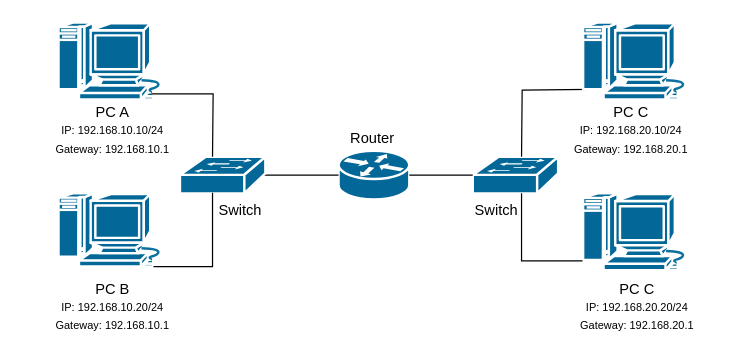
This is Routers.drawio from PLAD26/-MAC-Tabellen-und-Switching-, a draw.io file, before an edit. Source tidied: cells renumbered, new cells numbered last; positions are measured from the earlier drawing's top-left corner, leaving out a move shared by most shapes. Both pictures are drawn from the tidied source at 122%, with x=0, y=0 at pixel (51, 22).
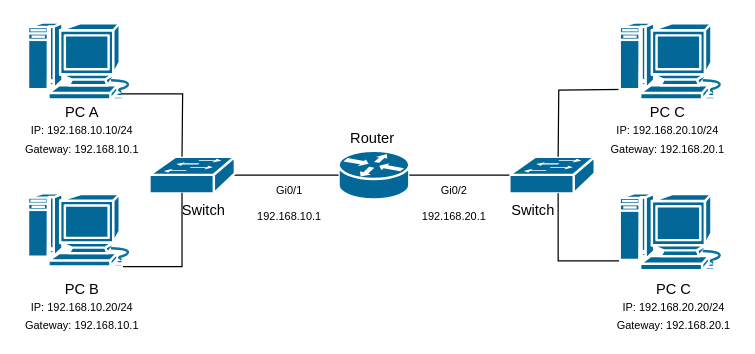
After the change.

Diff of the diagram source:
```diff
@@
     <mxCell id="4" style="strokeColor=#ffffff;sketch=0;html=1;dashed=0;fillColor=#036897;strokeWidth=2;verticalLabelPosition=bottom;verticalAlign=top;align=center;outlineConnect=0;shape=mxgraph.cisco.switches.workgroup_switch;" parent="1" vertex="1">
-      <mxGeometry x="105" y="110" width="70" height="30" as="geometry" />
+      <mxGeometry x="80" y="110" width="70" height="30" as="geometry" />
     </mxCell>
     <mxCell id="5" style="strokeColor=#ffffff;sketch=0;html=1;dashed=0;fillColor=#036897;strokeWidth=2;verticalLabelPosition=bottom;verticalAlign=top;align=center;outlineConnect=0;shape=mxgraph.cisco.switches.workgroup_switch;" parent="1" vertex="1">
-      <mxGeometry x="345" y="110" width="70" height="30" as="geometry" />
+      <mxGeometry x="375" y="110" width="70" height="30" as="geometry" />
     </mxCell>
     <mxCell id="6" style="sketch=0;html=1;dashed=0;fillColor=#036897;strokeColor=#ffffff;strokeWidth=2;verticalLabelPosition=bottom;verticalAlign=top;align=center;shape=mxgraph.cisco.computers_and_peripherals.macintosh;" parent="1" vertex="1">
-      <mxGeometry x="5" width="90" height="63" as="geometry" />
+      <mxGeometry x="-20" width="90" height="63" as="geometry" />
     </mxCell>
     <mxCell id="7" style="sketch=0;html=1;dashed=0;fillColor=#036897;strokeColor=#ffffff;strokeWidth=2;verticalLabelPosition=bottom;verticalAlign=top;align=center;outlineConnect=0;shape=mxgraph.cisco.computers_and_peripherals.macintosh;" parent="1" vertex="1">
-      <mxGeometry x="5" y="140" width="90" height="60" as="geometry" />
+      <mxGeometry x="-20" y="140" width="90" height="60" as="geometry" />
     </mxCell>
     <mxCell id="8" style="edgeStyle=orthogonalEdgeStyle;rounded=0;orthogonalLoop=1;jettySize=auto;html=1;exitX=0.015;exitY=0.87;exitDx=0;exitDy=0;exitPerimeter=0;endArrow=none;endFill=0;" parent="1" edge="1">
       <mxGeometry relative="1" as="geometry">
-        <mxPoint x="441.3" y="54.8" as="sourcePoint" />
-        <mxPoint x="385" y="110" as="targetPoint" />
+        <mxPoint x="471.3" y="54.8" as="sourcePoint" />
+        <mxPoint x="415" y="110" as="targetPoint" />
       </mxGeometry>
     </mxCell>
     <mxCell id="9" style="sketch=0;html=1;dashed=0;fillColor=#036897;strokeColor=#ffffff;strokeWidth=2;verticalLabelPosition=bottom;verticalAlign=top;align=center;shape=mxgraph.cisco.computers_and_peripherals.macintosh;" parent="1" vertex="1">
-      <mxGeometry x="435" width="90" height="63" as="geometry" />
+      <mxGeometry x="465" width="90" height="63" as="geometry" />
     </mxCell>
     <mxCell id="10" style="sketch=0;html=1;dashed=0;fillColor=#036897;strokeColor=#ffffff;strokeWidth=2;verticalLabelPosition=bottom;verticalAlign=top;align=center;shape=mxgraph.cisco.computers_and_peripherals.macintosh;" parent="1" vertex="1">
-      <mxGeometry x="435" y="140" width="90" height="63" as="geometry" />
+      <mxGeometry x="465" y="140" width="90" height="63" as="geometry" />
     </mxCell>
@@
     <mxCell id="12" style="edgeStyle=orthogonalEdgeStyle;rounded=0;jettySize=auto;html=1;exitX=0.818;exitY=-0.038;exitDx=0;exitDy=0;exitPerimeter=0;entryX=0.5;entryY=0;entryDx=0;entryDy=0;entryPerimeter=0;endArrow=none;endFill=0;" parent="1" edge="1" source="18">
       <mxGeometry relative="1" as="geometry">
-        <mxPoint x="131.7" y="110" as="targetPoint" />
+        <mxPoint x="106.7" y="110" as="targetPoint" />
       </mxGeometry>
     </mxCell>
     <mxCell id="13" style="edgeStyle=orthogonalEdgeStyle;rounded=0;jettySize=auto;html=1;entryX=0.5;entryY=0.98;entryDx=0;entryDy=0;entryPerimeter=0;endArrow=none;endFill=0;exitX=0.87;exitY=1;exitDx=0;exitDy=0;exitPerimeter=0;" parent="1" edge="1" source="7">
       <mxGeometry relative="1" as="geometry">
-        <mxPoint x="131.7" y="139.4" as="targetPoint" />
+        <mxPoint x="106.7" y="139.4" as="targetPoint" />
         <Array as="points">
-          <mxPoint x="132" y="200" />
+          <mxPoint x="107" y="200" />
         </Array>
       </mxGeometry>
     </mxCell>
     <mxCell id="14" style="edgeStyle=orthogonalEdgeStyle;rounded=0;jettySize=auto;html=1;exitX=0.015;exitY=0.87;exitDx=0;exitDy=0;exitPerimeter=0;endArrow=none;endFill=0;" parent="1" edge="1" target="5">
       <mxGeometry relative="1" as="geometry">
-        <mxPoint x="435" y="195.4" as="sourcePoint" />
+        <mxPoint x="465" y="195.4" as="sourcePoint" />
         <Array as="points">
-          <mxPoint x="385" y="195" />
+          <mxPoint x="415" y="195" />
         </Array>
       </mxGeometry>
     </mxCell>
@@
     <mxCell id="16" value="&lt;div style=&quot;text-align: center;&quot;&gt;&lt;span style=&quot;background-color: transparent; color: light-dark(rgb(0, 0, 0), rgb(255, 255, 255));&quot;&gt;Switch&lt;/span&gt;&lt;/div&gt;" style="text;whiteSpace=wrap;html=1;" parent="1" vertex="1">
-      <mxGeometry x="135" y="140" width="70" height="40" as="geometry" />
+      <mxGeometry x="105" y="140" width="70" height="40" as="geometry" />
     </mxCell>
     <mxCell id="17" value="&lt;div style=&quot;text-align: center;&quot;&gt;&lt;span style=&quot;background-color: transparent; color: light-dark(rgb(0, 0, 0), rgb(255, 255, 255));&quot;&gt;Switch&lt;/span&gt;&lt;/div&gt;" style="text;whiteSpace=wrap;html=1;" parent="1" vertex="1">
-      <mxGeometry x="345" y="140" width="70" height="40" as="geometry" />
+      <mxGeometry x="375" y="140" width="70" height="40" as="geometry" />
     </mxCell>
     <mxCell id="18" value="&lt;div&gt;PC A&lt;/div&gt;&lt;div&gt;&lt;font style=&quot;font-size: 9px;&quot;&gt;IP: 192.168.10.10/24&lt;/font&gt;&lt;/div&gt;&lt;div&gt;&lt;font style=&quot;font-size: 9px;&quot;&gt;Gateway: 192.168.10.1&lt;/font&gt;&lt;/div&gt;" style="text;whiteSpace=wrap;html=1;align=center;" parent="1" vertex="1">
-      <mxGeometry y="60" width="100" height="40" as="geometry" />
+      <mxGeometry x="-25" y="60" width="100" height="40" as="geometry" />
     </mxCell>
     <mxCell id="19" value="&lt;div&gt;PC B&lt;/div&gt;&lt;div&gt;&lt;font style=&quot;font-size: 9px;&quot;&gt;IP: 192.168.10.20/24&lt;/font&gt;&lt;/div&gt;&lt;div&gt;&lt;font style=&quot;font-size: 9px;&quot;&gt;Gateway: 192.168.10.1&lt;/font&gt;&lt;/div&gt;" style="text;whiteSpace=wrap;html=1;align=center;" parent="1" vertex="1">
-      <mxGeometry y="205" width="100" height="40" as="geometry" />
+      <mxGeometry x="-25" y="205" width="100" height="40" as="geometry" />
     </mxCell>
     <mxCell id="20" value="&lt;div&gt;PC C&lt;/div&gt;&lt;div&gt;&lt;font style=&quot;font-size: 9px;&quot;&gt;IP: 192.168.20.10/24&lt;/font&gt;&lt;/div&gt;&lt;div&gt;&lt;font style=&quot;font-size: 9px;&quot;&gt;Gateway: 192.168.20.1&lt;/font&gt;&lt;/div&gt;" style="text;whiteSpace=wrap;html=1;align=center;" parent="1" vertex="1">
-      <mxGeometry x="425" y="60" width="100" height="40" as="geometry" />
+      <mxGeometry x="455" y="60" width="100" height="40" as="geometry" />
     </mxCell>
     <mxCell id="21" value="&lt;div&gt;PC C&lt;/div&gt;&lt;div&gt;&lt;font style=&quot;font-size: 9px;&quot;&gt;IP: 192.168.20.20/24&lt;/font&gt;&lt;/div&gt;&lt;div&gt;&lt;font style=&quot;font-size: 9px;&quot;&gt;Gateway: 192.168.20.1&lt;/font&gt;&lt;/div&gt;" style="text;whiteSpace=wrap;html=1;align=center;" parent="1" vertex="1">
-      <mxGeometry x="430" y="205" width="100" height="40" as="geometry" />
+      <mxGeometry x="460" y="205" width="100" height="40" as="geometry" />
     </mxCell>
+    <mxCell id="22" value="&lt;div style=&quot;font-family: &amp;quot;Segoe UI&amp;quot;; font-style: normal; font-weight: 400; line-height: 20px;&quot;&gt;&lt;span style=&quot;font-family: Helvetica; font-size: 9px;&quot;&gt;Gi0/1&lt;br&gt;&lt;/span&gt;&lt;span style=&quot;font-family: Helvetica; font-size: 9px; background-color: transparent; color: light-dark(rgb(0, 0, 0), rgb(255, 255, 255));&quot;&gt;192.168.10.1&lt;/span&gt;&lt;/div&gt;" style="text;whiteSpace=wrap;html=1;align=center;" parent="1" vertex="1">
+      <mxGeometry x="150" y="120" width="90" height="40" as="geometry" />
+    </mxCell>
+    <mxCell id="23" value="&lt;div style=&quot;font-family: &amp;quot;Segoe UI&amp;quot;; font-style: normal; font-weight: 400; line-height: 20px;&quot;&gt;&lt;span style=&quot;font-family: Helvetica; font-size: 9px;&quot;&gt;Gi0/2&lt;br&gt;&lt;/span&gt;&lt;span style=&quot;font-family: Helvetica; font-size: 9px; background-color: transparent; color: light-dark(rgb(0, 0, 0), rgb(255, 255, 255));&quot;&gt;192.168.20.1&lt;/span&gt;&lt;/div&gt;" style="text;whiteSpace=wrap;html=1;align=center;" parent="1" vertex="1">
+      <mxGeometry x="285" y="120" width="90" height="40" as="geometry" />
+    </mxCell>
```
